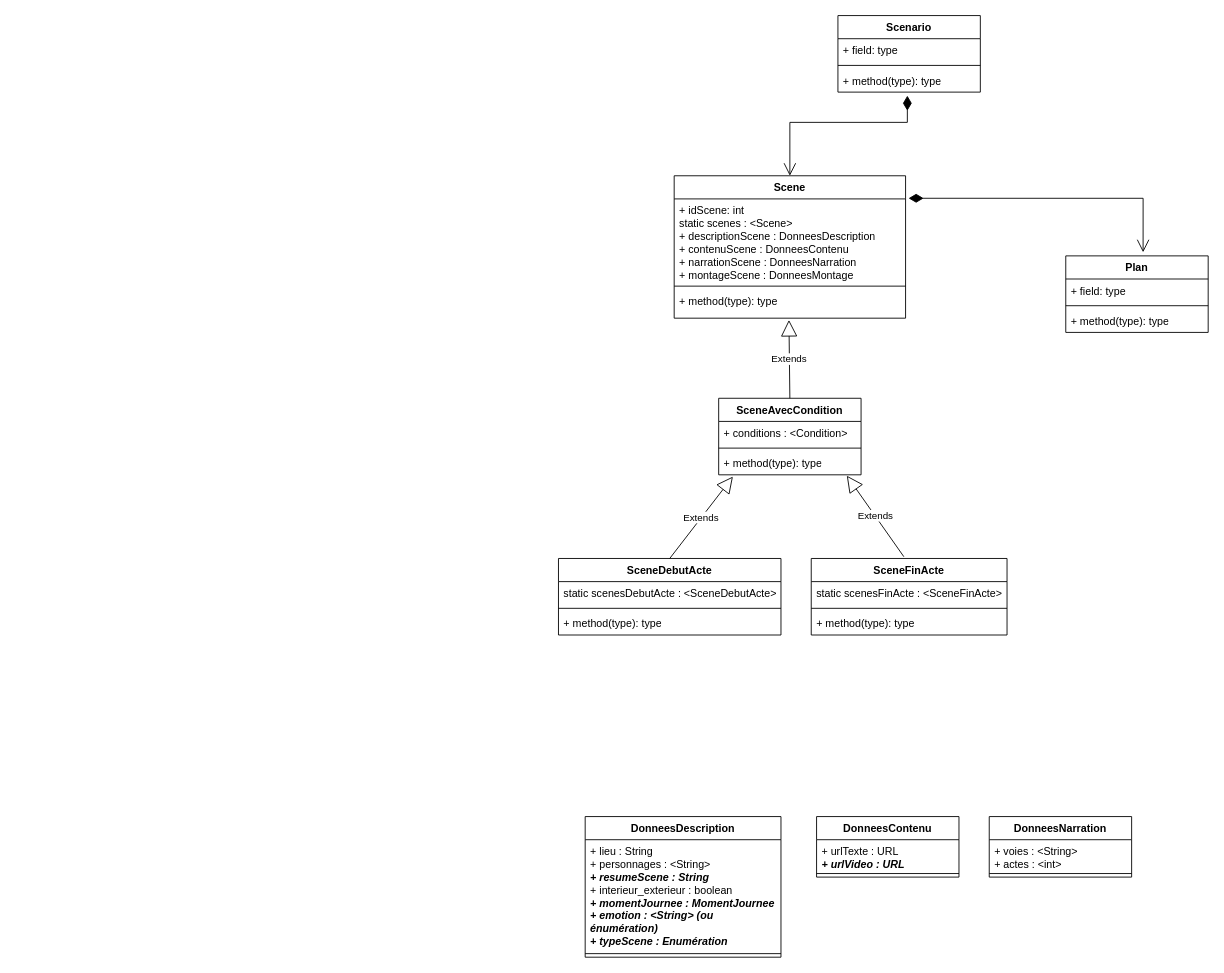
mathis-saunier/ProjetCine keeps this draw.io diagram as projetCinema.drawio. Above is the earlier version. Source tidied: cells renumbered, new cells numbered last; positions are measured from the earlier drawing's top-left corner, leaving out a move shared by most shapes. Both pictures are drawn from the tidied source at 89%, with x=0, y=0 at pixel (558, 15).
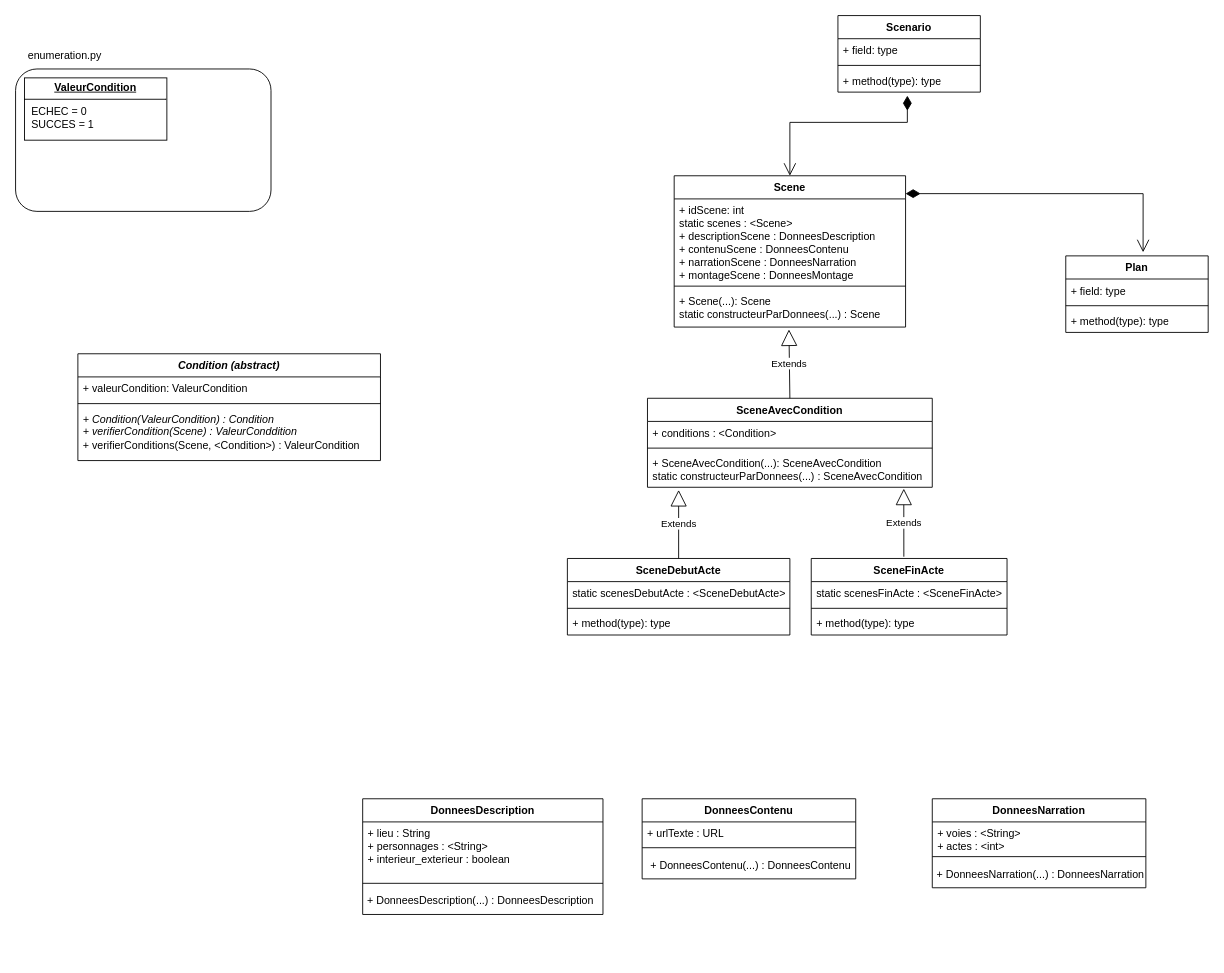
Above is the later version.

Commit message:
Mettre à jour projetCinema.drawio

Unchanged cells that the change refers to:
```xml
<mxCell id="11" value="Plan" style="swimlane;fontStyle=1;align=center;verticalAlign=top;horizontal=1;startSize=26;whiteSpace=wrap;html=1;" parent="1" vertex="1">
  <mxGeometry x="570" y="270" width="160" height="86" as="geometry" />
</mxCell>
```

Diff of the diagram source:
```diff
@@
+    <mxCell id="40" style="rounded=1;whiteSpace=wrap;html=1;" parent="1" vertex="1">
+      <mxGeometry x="-610" y="60" width="287" height="160" as="geometry" />
+    </mxCell>
@@
     <mxCell id="6" value="Scene" style="swimlane;fontStyle=1;align=center;verticalAlign=top;horizontal=1;startSize=26;whiteSpace=wrap;html=1;" parent="1" vertex="1">
-      <mxGeometry x="130" y="180" width="260" height="160" as="geometry" />
+      <mxGeometry x="130" y="180" width="260" height="170" as="geometry" />
     </mxCell>
@@
-    <mxCell id="9" value="+ method(type): type" style="text;strokeColor=none;fillColor=none;align=left;verticalAlign=top;spacingLeft=4;spacingRight=4;overflow=hidden;points=[[0,0.5],[1,0.5]];portConstraint=eastwest;whiteSpace=wrap;html=1;" parent="6" vertex="1">
-      <mxGeometry y="128" width="260" height="32" as="geometry" />
+    <mxCell id="9" value="+ Scene(...): Scene&lt;div&gt;static constructeurParDonnees(...) : Scene&lt;/div&gt;" style="text;strokeColor=none;fillColor=none;align=left;verticalAlign=top;spacingLeft=4;spacingRight=4;overflow=hidden;points=[[0,0.5],[1,0.5]];portConstraint=eastwest;whiteSpace=wrap;html=1;" parent="6" vertex="1">
+      <mxGeometry y="128" width="260" height="42" as="geometry" />
     </mxCell>
@@
-    <mxCell id="15" style="endArrow=open;html=1;endSize=12;startArrow=diamondThin;startSize=14;startFill=1;edgeStyle=orthogonalEdgeStyle;align=left;verticalAlign=bottom;rounded=0;entryX=0.543;entryY=-0.047;entryDx=0;entryDy=0;entryPerimeter=0;exitX=1.013;exitY=0.158;exitDx=0;exitDy=0;exitPerimeter=0;" parent="1" edge="1" source="6" target="11">
+    <mxCell id="15" style="endArrow=open;html=1;endSize=12;startArrow=diamondThin;startSize=14;startFill=1;edgeStyle=orthogonalEdgeStyle;align=left;verticalAlign=bottom;rounded=0;entryX=0.543;entryY=-0.047;entryDx=0;entryDy=0;entryPerimeter=0;exitX=1;exitY=0.118;exitDx=0;exitDy=0;exitPerimeter=0;" parent="1" edge="1" source="6" target="11">
       <mxGeometry x="-1" y="3" relative="1" as="geometry">
         <Array as="points">
-          <mxPoint x="657" y="205" />
+          <mxPoint x="657" y="200" />
         </Array>
       </mxGeometry>
     </mxCell>
     <mxCell id="16" value="DonneesDescription" style="swimlane;fontStyle=1;align=center;verticalAlign=top;horizontal=1;startSize=26;whiteSpace=wrap;html=1;" parent="1" vertex="1">
-      <mxGeometry x="30" y="900" width="220" height="158" as="geometry" />
+      <mxGeometry x="-220" y="880" width="270" height="130" as="geometry" />
     </mxCell>
-    <mxCell id="17" value="+ lieu : String&lt;div&gt;+ personnages : &amp;lt;String&amp;gt;&lt;/div&gt;&lt;div&gt;&lt;i&gt;&lt;b&gt;+ resumeScene : String&lt;/b&gt;&lt;/i&gt;&lt;/div&gt;&lt;div&gt;+ interieur_exterieur : boolean&lt;/div&gt;&lt;div&gt;&lt;b&gt;&lt;i&gt;+ momentJournee : MomentJournee&lt;/i&gt;&lt;/b&gt;&lt;/div&gt;&lt;div&gt;&lt;b&gt;&lt;i&gt;+ emotion : &amp;lt;String&amp;gt; (ou énumération)&lt;/i&gt;&lt;/b&gt;&lt;/div&gt;&lt;div&gt;&lt;b&gt;&lt;i&gt;+ typeScene : Enumération&lt;/i&gt;&lt;/b&gt;&lt;/div&gt;" style="text;strokeColor=none;fillColor=none;align=left;verticalAlign=top;spacingLeft=4;spacingRight=4;overflow=hidden;whiteSpace=wrap;html=1;" parent="16" vertex="1">
-      <mxGeometry y="26" width="220" height="124" as="geometry" />
+    <mxCell id="17" value="+ lieu : String&lt;div&gt;+ personnages : &amp;lt;String&amp;gt;&lt;/div&gt;&lt;div&gt;+ interieur_exterieur : boolean&lt;br&gt;&lt;/div&gt;" style="text;strokeColor=none;fillColor=none;align=left;verticalAlign=top;spacingLeft=4;spacingRight=4;overflow=hidden;whiteSpace=wrap;html=1;" parent="16" vertex="1">
+      <mxGeometry y="26" width="270" height="64" as="geometry" />
     </mxCell>
     <mxCell id="18" style="line;strokeWidth=1;fillColor=none;align=left;verticalAlign=middle;spacingTop=-1;spacingLeft=3;spacingRight=3;labelPosition=right;strokeColor=inherit;" parent="16" vertex="1">
-      <mxGeometry y="150" width="220" height="8" as="geometry" />
+      <mxGeometry y="90" width="270" height="10" as="geometry" />
     </mxCell>
+    <mxCell id="41" value="&amp;nbsp;+ DonneesDescription(...) : DonneesDescription" style="text;html=1;align=left;verticalAlign=middle;strokeColor=none;fillColor=none;" parent="16" vertex="1">
+      <mxGeometry y="100" width="270" height="30" as="geometry" />
+    </mxCell>
     <mxCell id="19" value="DonneesContenu" style="swimlane;fontStyle=1;align=center;verticalAlign=top;horizontal=1;startSize=26;whiteSpace=wrap;html=1;" parent="1" vertex="1">
-      <mxGeometry x="290" y="900" width="160" height="68" as="geometry" />
+      <mxGeometry x="94" y="880" width="240" height="90" as="geometry" />
     </mxCell>
-    <mxCell id="20" value="+ urlTexte : URL&lt;div&gt;&lt;b&gt;&lt;i&gt;+ urlVideo : URL&lt;/i&gt;&lt;/b&gt;&lt;/div&gt;" style="text;strokeColor=none;fillColor=none;align=left;verticalAlign=top;spacingLeft=4;spacingRight=4;overflow=hidden;whiteSpace=wrap;html=1;" parent="19" vertex="1">
-      <mxGeometry y="26" width="160" height="34" as="geometry" />
+    <mxCell id="20" value="+ urlTexte : URL" style="text;strokeColor=none;fillColor=none;align=left;verticalAlign=top;spacingLeft=4;spacingRight=4;overflow=hidden;whiteSpace=wrap;html=1;" parent="19" vertex="1">
+      <mxGeometry y="26" width="240" height="24" as="geometry" />
     </mxCell>
     <mxCell id="21" style="line;strokeWidth=1;fillColor=none;align=left;verticalAlign=middle;spacingTop=-1;spacingLeft=3;spacingRight=3;labelPosition=right;strokeColor=inherit;" parent="19" vertex="1">
-      <mxGeometry y="60" width="160" height="8" as="geometry" />
+      <mxGeometry y="50" width="240" height="10" as="geometry" />
     </mxCell>
+    <mxCell id="42" value="&amp;nbsp;+ DonneesContenu(...) : DonneesContenu" style="text;html=1;align=center;verticalAlign=middle;strokeColor=none;fillColor=none;" parent="19" vertex="1">
+      <mxGeometry y="60" width="240" height="30" as="geometry" />
+    </mxCell>
     <mxCell id="22" value="DonneesNarration" style="swimlane;fontStyle=1;align=center;verticalAlign=top;horizontal=1;startSize=26;whiteSpace=wrap;html=1;" parent="1" vertex="1">
-      <mxGeometry x="484" y="900" width="160" height="68" as="geometry" />
+      <mxGeometry x="420" y="880" width="240" height="100" as="geometry" />
     </mxCell>
     <mxCell id="23" value="+ voies : &amp;lt;String&amp;gt;&lt;div&gt;+ actes : &amp;lt;int&amp;gt;&lt;/div&gt;" style="text;strokeColor=none;fillColor=none;align=left;verticalAlign=top;spacingLeft=4;spacingRight=4;overflow=hidden;whiteSpace=wrap;html=1;" parent="22" vertex="1">
-      <mxGeometry y="26" width="160" height="34" as="geometry" />
+      <mxGeometry y="26" width="240" height="34" as="geometry" />
     </mxCell>
     <mxCell id="24" style="line;strokeWidth=1;fillColor=none;align=left;verticalAlign=middle;spacingTop=-1;spacingLeft=3;spacingRight=3;labelPosition=right;strokeColor=inherit;" parent="22" vertex="1">
-      <mxGeometry y="60" width="160" height="8" as="geometry" />
+      <mxGeometry y="60" width="240" height="10" as="geometry" />
     </mxCell>
+    <mxCell id="43" value="&amp;nbsp;+ DonneesNarration(...) : DonneesNarration" style="text;html=1;align=left;verticalAlign=middle;strokeColor=none;fillColor=none;" parent="22" vertex="1">
+      <mxGeometry y="70" width="240" height="30" as="geometry" />
+    </mxCell>
     <mxCell id="25" value="SceneAvecCondition" style="swimlane;fontStyle=1;align=center;verticalAlign=top;horizontal=1;startSize=26;whiteSpace=wrap;html=1;" parent="1" vertex="1">
-      <mxGeometry x="180" y="430" width="160" height="86" as="geometry" />
+      <mxGeometry x="100" y="430" width="320" height="100" as="geometry" />
     </mxCell>
     <mxCell id="26" value="+ conditions : &amp;lt;Condition&amp;gt;" style="text;strokeColor=none;fillColor=none;align=left;verticalAlign=top;spacingLeft=4;spacingRight=4;overflow=hidden;whiteSpace=wrap;html=1;" parent="25" vertex="1">
-      <mxGeometry y="26" width="160" height="26" as="geometry" />
+      <mxGeometry y="26" width="320" height="26" as="geometry" />
     </mxCell>
     <mxCell id="27" style="line;strokeWidth=1;fillColor=none;align=left;verticalAlign=middle;spacingTop=-1;spacingLeft=3;spacingRight=3;labelPosition=right;strokeColor=inherit;" parent="25" vertex="1">
-      <mxGeometry y="52" width="160" height="8" as="geometry" />
+      <mxGeometry y="52" width="320" height="8" as="geometry" />
     </mxCell>
-    <mxCell id="28" value="+ method(type): type" style="text;strokeColor=none;fillColor=none;align=left;verticalAlign=top;spacingLeft=4;spacingRight=4;overflow=hidden;points=[[0,0.5],[1,0.5]];portConstraint=eastwest;whiteSpace=wrap;html=1;" parent="25" vertex="1">
-      <mxGeometry y="60" width="160" height="26" as="geometry" />
+    <mxCell id="28" value="+ SceneAvecCondition(...): SceneAvecCondition&lt;div&gt;static constructeurParDonnees(...) : SceneAvecCondition&lt;/div&gt;" style="text;strokeColor=none;fillColor=none;align=left;verticalAlign=top;spacingLeft=4;spacingRight=4;overflow=hidden;points=[[0,0.5],[1,0.5]];portConstraint=eastwest;whiteSpace=wrap;html=1;" parent="25" vertex="1">
+      <mxGeometry y="60" width="320" height="40" as="geometry" />
     </mxCell>
@@
     <mxCell id="34" value="SceneDebutActe" style="swimlane;fontStyle=1;align=center;verticalAlign=top;horizontal=1;startSize=26;whiteSpace=wrap;html=1;" parent="1" vertex="1">
-      <mxGeometry y="610" width="250" height="86" as="geometry" />
+      <mxGeometry x="10" y="610" width="250" height="86" as="geometry" />
     </mxCell>
@@
-    <mxCell id="38" value="Extends" style="endArrow=block;endSize=16;endFill=0;html=1;rounded=0;exitX=0.5;exitY=0;exitDx=0;exitDy=0;entryX=0.1;entryY=1.077;entryDx=0;entryDy=0;entryPerimeter=0;" parent="1" edge="1" source="34" target="28">
-      <mxGeometry relative="1" as="geometry" />
+    <mxCell id="38" value="Extends" style="endArrow=block;endSize=16;endFill=0;html=1;rounded=0;exitX=0.5;exitY=0;exitDx=0;exitDy=0;" parent="1" edge="1" source="34">
+      <mxGeometry relative="1" as="geometry">
+        <mxPoint x="135" y="533" as="targetPoint" />
+      </mxGeometry>
     </mxCell>
@@
+    <mxCell id="44" value="&lt;i&gt;Condition (abstract)&lt;/i&gt;" style="swimlane;fontStyle=1;align=center;verticalAlign=top;horizontal=1;startSize=26;whiteSpace=wrap;html=1;" parent="1" vertex="1">
+      <mxGeometry x="-540" y="380" width="340" height="120" as="geometry" />
+    </mxCell>
+    <mxCell id="45" value="+ valeurCondition: ValeurCondition" style="text;strokeColor=none;fillColor=none;align=left;verticalAlign=top;spacingLeft=4;spacingRight=4;overflow=hidden;whiteSpace=wrap;html=1;" parent="44" vertex="1">
+      <mxGeometry y="26" width="340" height="26" as="geometry" />
+    </mxCell>
+    <mxCell id="46" style="line;strokeWidth=1;fillColor=none;align=left;verticalAlign=middle;spacingTop=-1;spacingLeft=3;spacingRight=3;labelPosition=right;strokeColor=inherit;" parent="44" vertex="1">
+      <mxGeometry y="52" width="340" height="8" as="geometry" />
+    </mxCell>
+    <mxCell id="47" value="&lt;div&gt;&lt;i&gt;+ Condition(ValeurCondition) : Condition&lt;/i&gt;&lt;/div&gt;&lt;i&gt;+ verifierCondition(Scene) : ValeurConddition&amp;nbsp;&lt;/i&gt;&lt;div&gt;+ verifierConditions(Scene, &amp;lt;Condition&amp;gt;) : ValeurCondition&lt;/div&gt;" style="text;strokeColor=none;fillColor=none;align=left;verticalAlign=top;spacingLeft=4;spacingRight=4;overflow=hidden;whiteSpace=wrap;html=1;" parent="44" vertex="1">
+      <mxGeometry y="60" width="340" height="60" as="geometry" />
+    </mxCell>
+    <mxCell id="48" value="&lt;p style=&quot;margin:0px;margin-top:4px;text-align:center;text-decoration:underline;&quot;&gt;&lt;b&gt;ValeurCondition&lt;/b&gt;&lt;/p&gt;&lt;hr size=&quot;1&quot; style=&quot;border-style:solid;&quot;&gt;&lt;p style=&quot;margin:0px;margin-left:8px;&quot;&gt;ECHEC = 0&lt;br&gt;SUCCES = 1&lt;br&gt;&lt;/p&gt;" style="verticalAlign=top;align=left;overflow=fill;html=1;whiteSpace=wrap;" parent="1" vertex="1">
+      <mxGeometry x="-600" y="70" width="160" height="70" as="geometry" />
+    </mxCell>
+    <mxCell id="49" value="enumeration.py" style="text;html=1;align=center;verticalAlign=middle;strokeColor=none;fillColor=none;" parent="1" vertex="1">
+      <mxGeometry x="-610" y="30" width="110" height="30" as="geometry" />
+    </mxCell>
```
